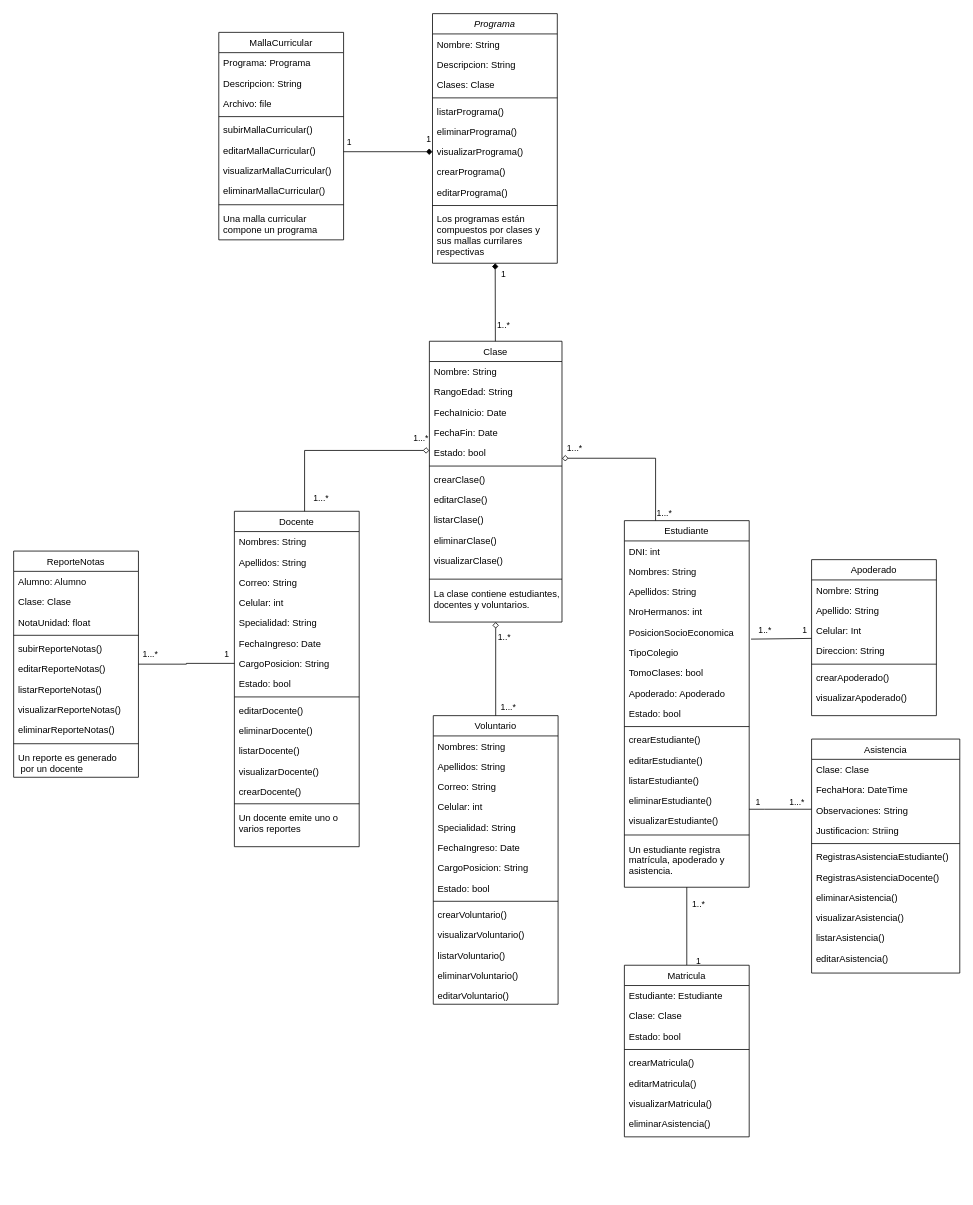
Earlier version of the draw.io diagram diagrama_classes.drawio (NoheliaEstefhania/Learnify). Source tidied: cells renumbered, new cells numbered last; positions are measured from the earlier drawing's top-left corner, leaving out a move shared by most shapes. Both pictures are drawn from the tidied source at 78%, with x=0, y=0 at pixel (13, 13).
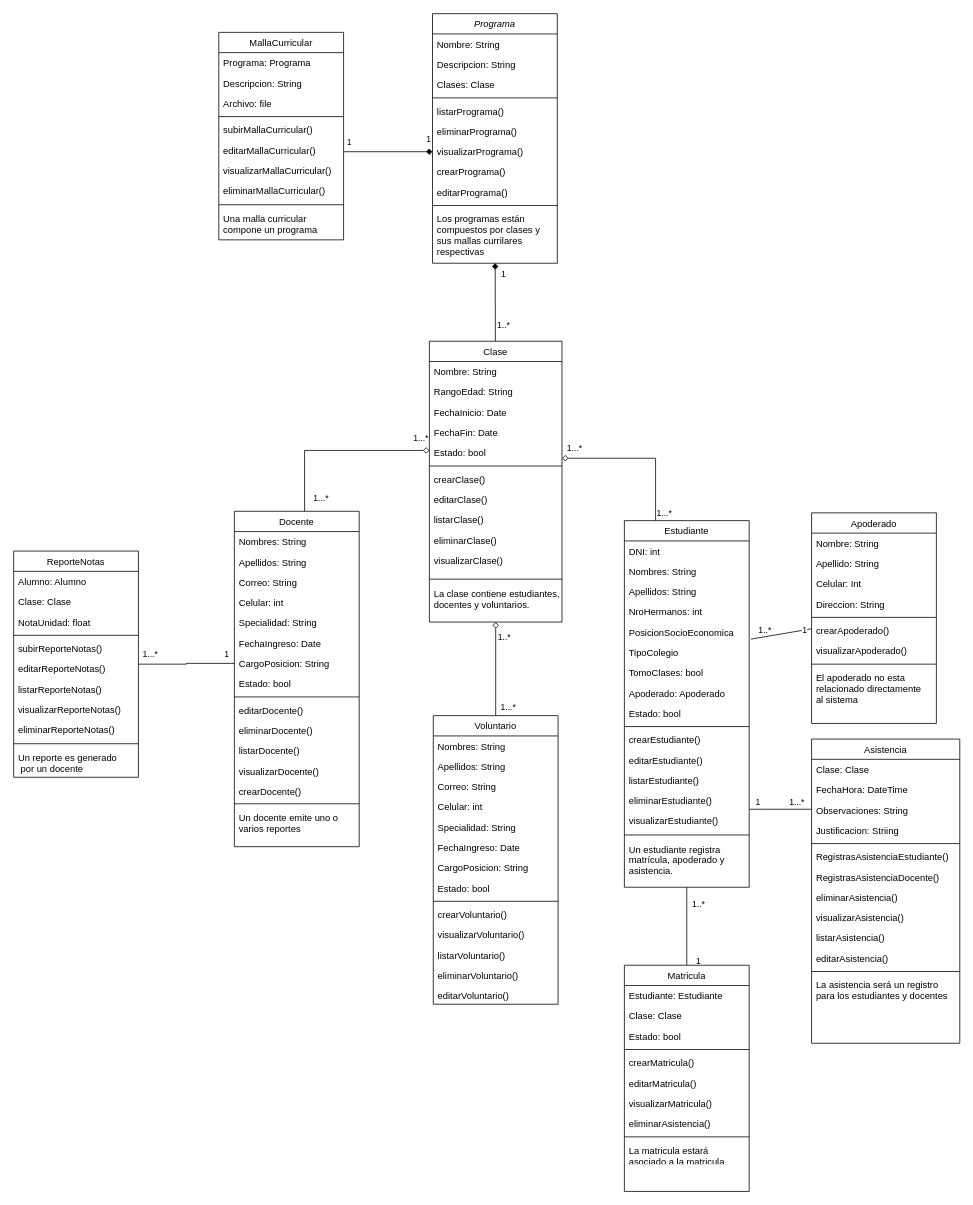
Above is the later version.

Diff of the diagram source:
```diff
@@
     <mxCell id="84" value="Asistencia" style="swimlane;fontStyle=0;align=center;verticalAlign=top;horizontal=1;startSize=26;rounded=0;shadow=0;strokeWidth=1;" parent="1" vertex="1">
-      <mxGeometry x="1023" y="930" width="190" height="300" as="geometry" />
+      <mxGeometry x="1023" y="930" width="190" height="390" as="geometry" />
     </mxCell>
@@
+    <mxCell id="157" style="line;html=1;strokeWidth=1;align=left;verticalAlign=middle;spacingTop=-1;spacingLeft=3;spacingRight=3;labelPosition=right;" parent="84" vertex="1">
+      <mxGeometry y="294" width="190" height="8" as="geometry" />
+    </mxCell>
+    <mxCell id="158" value="La asistencia será un registro&#10;para los estudiantes y docentes&#10;" style="text;align=left;verticalAlign=top;spacingLeft=4;spacingRight=4;overflow=hidden;" parent="84" vertex="1">
+      <mxGeometry y="302" width="190" height="38" as="geometry" />
+    </mxCell>
@@
     <mxCell id="99" value="Matricula" style="swimlane;fontStyle=0;align=center;verticalAlign=top;horizontal=1;startSize=26;rounded=0;shadow=0;strokeWidth=1;" parent="1" vertex="1">
-      <mxGeometry x="783" y="1220" width="160" height="220" as="geometry" />
+      <mxGeometry x="783" y="1220" width="160" height="290" as="geometry" />
     </mxCell>
@@
+    <mxCell id="159" style="line;html=1;strokeWidth=1;align=left;verticalAlign=middle;spacingTop=-1;spacingLeft=3;spacingRight=3;labelPosition=right;" parent="99" vertex="1">
+      <mxGeometry y="216" width="160" height="8" as="geometry" />
+    </mxCell>
+    <mxCell id="160" value="La matricula estará &#10;asociado a la matricula&#10;" style="text;align=left;verticalAlign=top;spacingLeft=4;spacingRight=4;overflow=hidden;" parent="99" vertex="1">
+      <mxGeometry y="224" width="160" height="26" as="geometry" />
+    </mxCell>
     <mxCell id="108" value="Apoderado" style="swimlane;fontStyle=0;align=center;verticalAlign=top;horizontal=1;startSize=26;rounded=0;shadow=0;strokeWidth=1;" parent="1" vertex="1">
-      <mxGeometry x="1023" y="700" width="160" height="200" as="geometry" />
+      <mxGeometry x="1023" y="640" width="160" height="270" as="geometry" />
     </mxCell>
@@
+    <mxCell id="161" style="line;html=1;strokeWidth=1;align=left;verticalAlign=middle;spacingTop=-1;spacingLeft=3;spacingRight=3;labelPosition=right;" parent="108" vertex="1">
+      <mxGeometry y="190" width="160" height="8" as="geometry" />
+    </mxCell>
+    <mxCell id="162" value="El apoderado no esta &#10;relacionado directamente &#10;al sistema&#10;" style="text;align=left;verticalAlign=top;spacingLeft=4;spacingRight=4;overflow=hidden;" parent="108" vertex="1">
+      <mxGeometry y="198" width="160" height="52" as="geometry" />
+    </mxCell>
```
